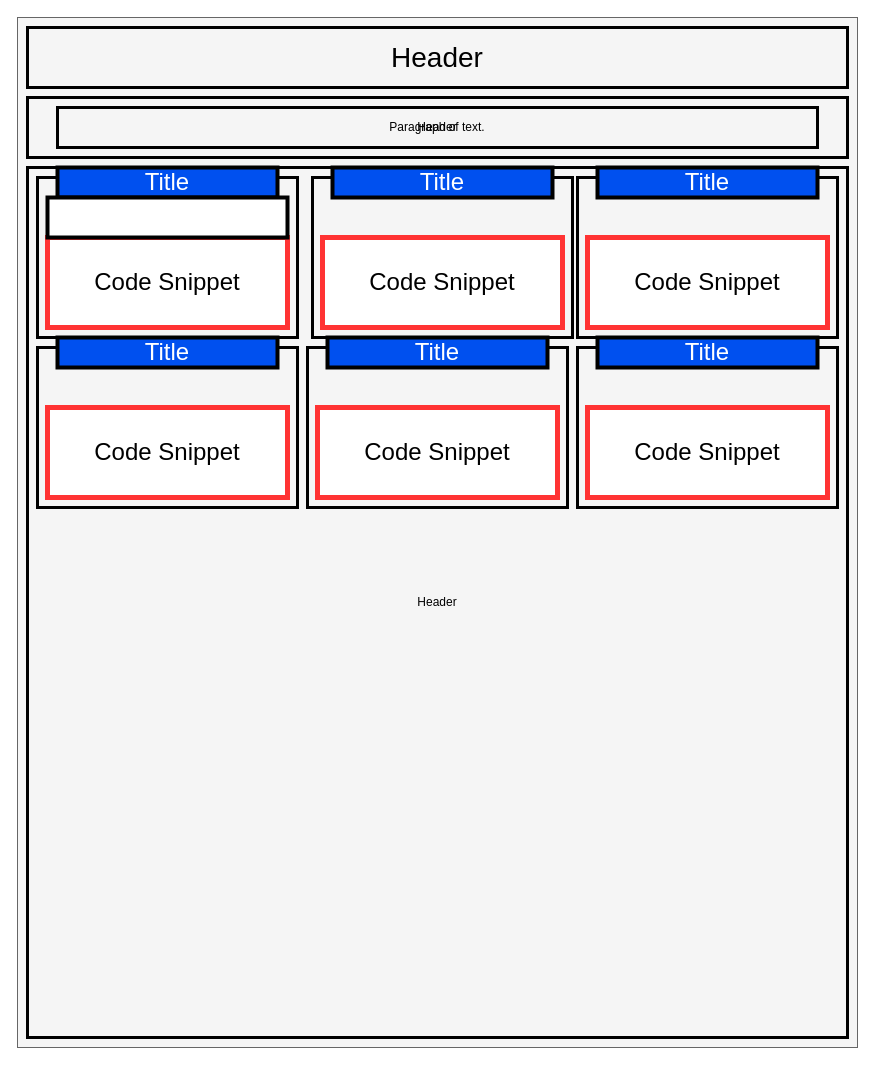
This is Main/wireframe.drawio from paullsshin/Mini-Project, a draw.io file, before an edit. Source tidied: cells renumbered, new cells numbered last; positions are measured from the earlier drawing's top-left corner, leaving out a move shared by most shapes. Both pictures are drawn from the tidied source at 100%, with x=0, y=0 at pixel (17, 17).
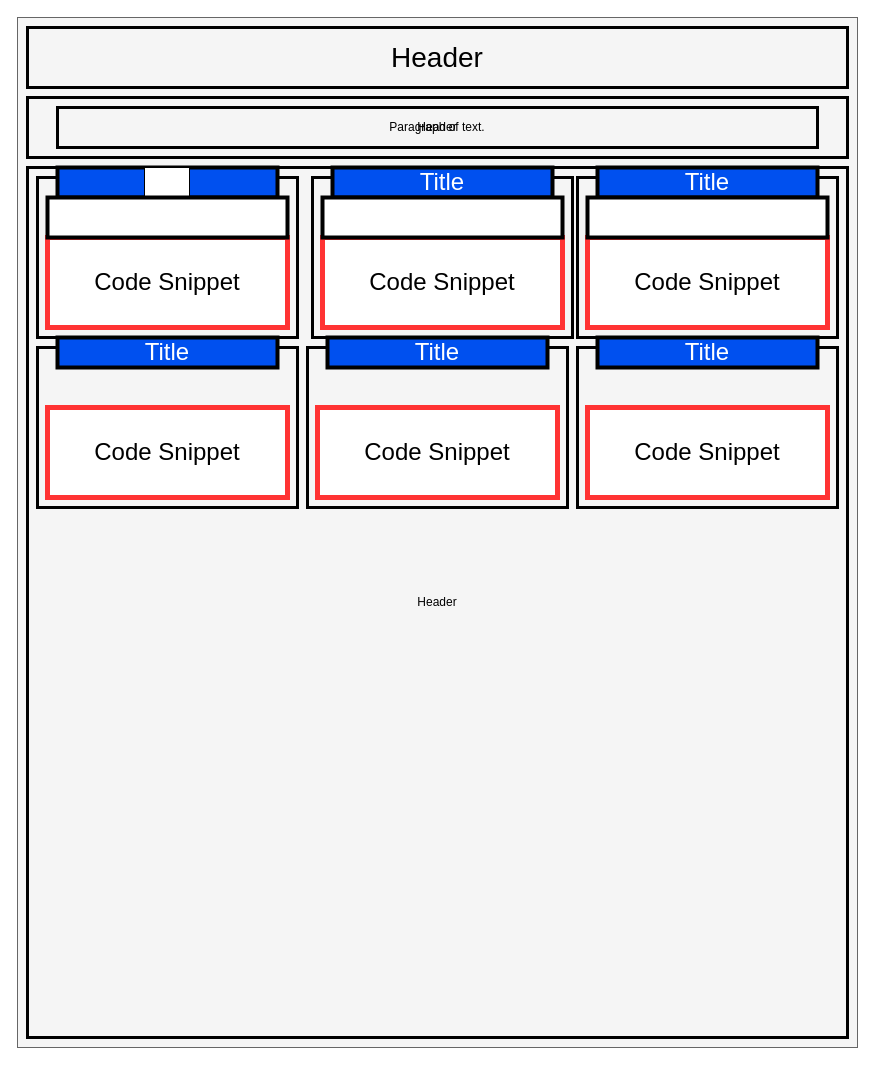
The same page after the edit.

What changed in the source:
```diff
@@
-    <mxCell id="22" value="Title" style="rounded=0;whiteSpace=wrap;html=1;fillColor=#0050ef;fontColor=#ffffff;strokeColor=#000000;fontSize=24;strokeWidth=4;" parent="1" vertex="1">
+    <mxCell id="22" value="Title" style="rounded=0;whiteSpace=wrap;html=1;fillColor=#0050ef;fontColor=#ffffff;strokeColor=#000000;fontSize=24;strokeWidth=4;labelBackgroundColor=default;labelBorderColor=default;" parent="1" vertex="1">
       <mxGeometry x="40" y="150" width="220" height="30" as="geometry" />
     </mxCell>
@@
-    <mxCell id="25" style="rounded=0;whiteSpace=wrap;html=1;fontSize=24;strokeColor=#000000;strokeWidth=4;" parent="1" vertex="1">
+    <mxCell id="25" style="rounded=0;whiteSpace=wrap;html=1;fontSize=24;strokeColor=#000000;strokeWidth=4;align=left;" parent="1" vertex="1">
       <mxGeometry x="30" y="180" width="240" height="40" as="geometry" />
     </mxCell>
+    <mxCell id="26" style="rounded=0;whiteSpace=wrap;html=1;fontSize=24;strokeColor=#000000;strokeWidth=4;" parent="1" vertex="1">
+      <mxGeometry x="305" y="180" width="240" height="40" as="geometry" />
+    </mxCell>
+    <mxCell id="27" style="rounded=0;whiteSpace=wrap;html=1;fontSize=24;strokeColor=#000000;strokeWidth=4;" parent="1" vertex="1">
+      <mxGeometry x="570" y="180" width="240" height="40" as="geometry" />
+    </mxCell>
```
